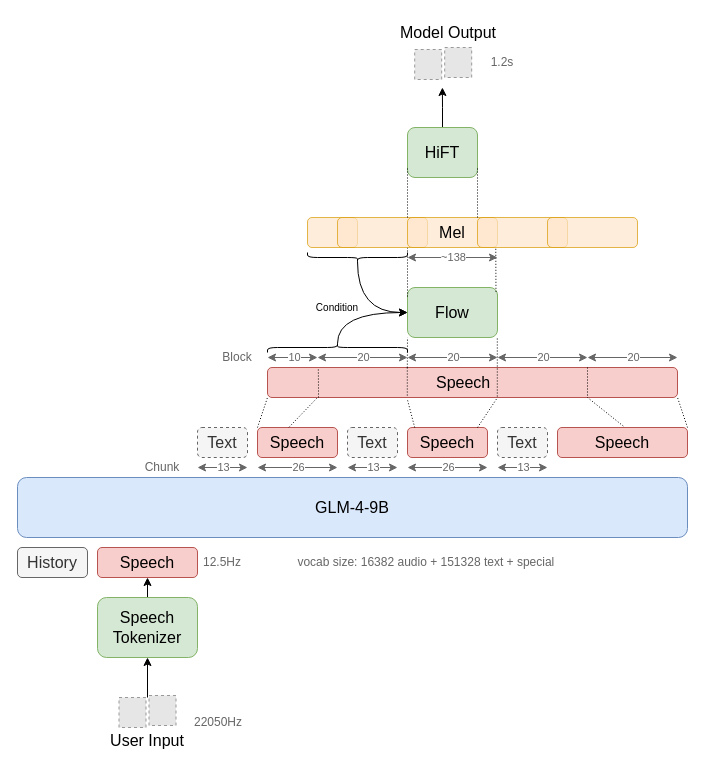
xrysamuel/my-drawio keeps this draw.io diagram as Drafts/glm4v.drawio. Above is the earlier version. Source tidied: cells renumbered, new cells numbered last; positions are measured from the earlier drawing's top-left corner, leaving out a move shared by most shapes. Both pictures are drawn from the tidied source at 100%, with x=0, y=0 at pixel (17, 17). Pictures stored in the file or linked from it are replaced by grey dashed boxes.
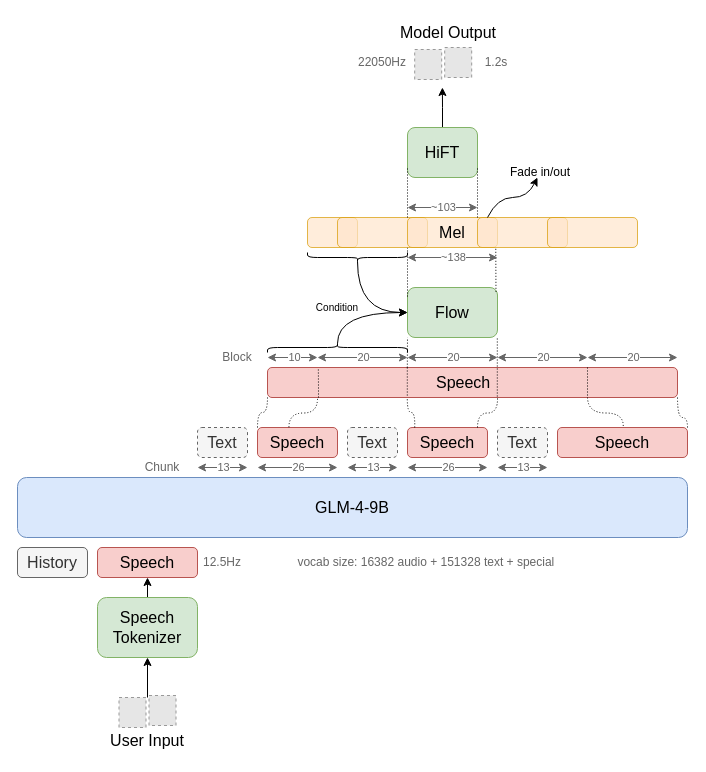
The same page after the edit.

Unchanged cells that the change refers to:
```xml
<mxCell id="11" value="&lt;font style=&quot;font-size: 16px;&quot;&gt;Speech&lt;/font&gt;" style="rounded=1;whiteSpace=wrap;html=1;fillColor=#f8cecc;strokeColor=#b85450;" parent="1" vertex="1">
  <mxGeometry x="240" y="410" width="80" height="30" as="geometry" />
</mxCell>
<mxCell id="14" value="&lt;font style=&quot;font-size: 16px;&quot;&gt;Speech&lt;/font&gt;" style="rounded=1;whiteSpace=wrap;html=1;fillColor=#f8cecc;strokeColor=#b85450;" parent="1" vertex="1">
  <mxGeometry x="390" y="410" width="80" height="30" as="geometry" />
</mxCell>
<mxCell id="16" value="&lt;font style=&quot;font-size: 16px;&quot;&gt;Speech&lt;/font&gt;" style="rounded=1;whiteSpace=wrap;html=1;fillColor=#f8cecc;strokeColor=#b85450;" parent="1" vertex="1">
  <mxGeometry x="540" y="410" width="130" height="30" as="geometry" />
</mxCell>
<mxCell id="17" value="&lt;font style=&quot;font-size: 16px;&quot;&gt;Speech&amp;nbsp; &amp;nbsp;&amp;nbsp;&lt;/font&gt;" style="rounded=1;whiteSpace=wrap;html=1;fillColor=#f8cecc;strokeColor=#b85450;" parent="1" vertex="1">
  <mxGeometry x="250" y="350" width="410" height="30" as="geometry" />
</mxCell>
```

Diff of the diagram source:
```diff
@@
     <mxCell id="40" value="22050Hz" style="text;html=1;align=center;verticalAlign=middle;whiteSpace=wrap;rounded=0;fontColor=#666666;" parent="1" vertex="1">
-      <mxGeometry x="175.8" y="690" width="50" height="30" as="geometry" />
+      <mxGeometry x="340" y="30" width="50" height="30" as="geometry" />
     </mxCell>
@@
-    <mxCell id="65" style="endArrow=none;dashed=1;html=1;dashPattern=1 2;strokeWidth=1;rounded=0;exitX=0.983;exitY=0.086;exitDx=0;exitDy=0;entryX=0.341;entryY=1.056;entryDx=0;entryDy=0;entryPerimeter=0;strokeColor=default;align=center;verticalAlign=middle;fontFamily=Helvetica;fontSize=11;fontColor=default;labelBackgroundColor=default;exitPerimeter=0;" parent="1" edge="1" target="17">
+    <mxCell id="65" style="endArrow=none;dashed=1;html=1;dashPattern=1 2;strokeWidth=1;rounded=0;exitX=0.983;exitY=0.086;exitDx=0;exitDy=0;entryX=0.341;entryY=1.056;entryDx=0;entryDy=0;entryPerimeter=0;strokeColor=default;align=center;verticalAlign=middle;fontFamily=Helvetica;fontSize=11;fontColor=default;labelBackgroundColor=default;exitPerimeter=0;edgeStyle=orthogonalEdgeStyle;curved=1;" parent="1" edge="1" target="17">
       <mxGeometry relative="1" as="geometry">
         <mxPoint x="397.2" y="410" as="sourcePoint" />
       </mxGeometry>
     </mxCell>
-    <mxCell id="66" style="endArrow=none;dashed=1;html=1;dashPattern=1 2;strokeWidth=1;rounded=0;exitX=0.875;exitY=0;exitDx=0;exitDy=0;entryX=0.341;entryY=1.056;entryDx=0;entryDy=0;entryPerimeter=0;strokeColor=default;align=center;verticalAlign=middle;fontFamily=Helvetica;fontSize=11;fontColor=default;labelBackgroundColor=default;exitPerimeter=0;" parent="1" edge="1" source="14">
+    <mxCell id="66" style="endArrow=none;dashed=1;html=1;dashPattern=1 2;strokeWidth=1;rounded=0;exitX=0.875;exitY=0;exitDx=0;exitDy=0;entryX=0.341;entryY=1.056;entryDx=0;entryDy=0;entryPerimeter=0;strokeColor=default;align=center;verticalAlign=middle;fontFamily=Helvetica;fontSize=11;fontColor=default;labelBackgroundColor=default;exitPerimeter=0;edgeStyle=orthogonalEdgeStyle;curved=1;" parent="1" edge="1" source="14">
       <mxGeometry relative="1" as="geometry">
         <mxPoint x="480" y="380" as="targetPoint" />
       </mxGeometry>
     </mxCell>
-    <mxCell id="67" style="endArrow=none;dashed=1;html=1;dashPattern=1 2;strokeWidth=1;rounded=0;exitX=0.393;exitY=-0.007;exitDx=0;exitDy=0;entryX=0.341;entryY=1.056;entryDx=0;entryDy=0;entryPerimeter=0;strokeColor=default;align=center;verticalAlign=middle;fontFamily=Helvetica;fontSize=11;fontColor=default;labelBackgroundColor=default;exitPerimeter=0;" parent="1" edge="1" source="11">
+    <mxCell id="67" style="endArrow=none;dashed=1;html=1;dashPattern=1 2;strokeWidth=1;rounded=0;exitX=0.393;exitY=-0.007;exitDx=0;exitDy=0;entryX=0.341;entryY=1.056;entryDx=0;entryDy=0;entryPerimeter=0;strokeColor=default;align=center;verticalAlign=middle;fontFamily=Helvetica;fontSize=11;fontColor=default;labelBackgroundColor=default;exitPerimeter=0;edgeStyle=orthogonalEdgeStyle;curved=1;" parent="1" edge="1" source="11">
       <mxGeometry relative="1" as="geometry">
         <mxPoint x="300" y="380" as="targetPoint" />
       </mxGeometry>
     </mxCell>
-    <mxCell id="68" style="endArrow=none;dashed=1;html=1;dashPattern=1 2;strokeWidth=1;rounded=0;exitX=0.393;exitY=-0.007;exitDx=0;exitDy=0;entryX=0;entryY=1;entryDx=0;entryDy=0;strokeColor=default;align=center;verticalAlign=middle;fontFamily=Helvetica;fontSize=11;fontColor=default;labelBackgroundColor=default;exitPerimeter=0;" parent="1" edge="1" target="17">
+    <mxCell id="68" style="endArrow=none;dashed=1;html=1;dashPattern=1 2;strokeWidth=1;rounded=0;exitX=0.393;exitY=-0.007;exitDx=0;exitDy=0;entryX=0;entryY=1;entryDx=0;entryDy=0;strokeColor=default;align=center;verticalAlign=middle;fontFamily=Helvetica;fontSize=11;fontColor=default;labelBackgroundColor=default;exitPerimeter=0;edgeStyle=orthogonalEdgeStyle;curved=1;" parent="1" edge="1" target="17">
       <mxGeometry relative="1" as="geometry">
         <mxPoint x="240" y="410" as="sourcePoint" />
+        <Array as="points">
+          <mxPoint x="240" y="395" />
+          <mxPoint x="250" y="395" />
+        </Array>
       </mxGeometry>
     </mxCell>
-    <mxCell id="69" style="endArrow=none;dashed=1;html=1;dashPattern=1 2;strokeWidth=1;rounded=0;exitX=0.506;exitY=-0.049;exitDx=0;exitDy=0;entryX=0.341;entryY=1.056;entryDx=0;entryDy=0;entryPerimeter=0;strokeColor=default;align=center;verticalAlign=middle;fontFamily=Helvetica;fontSize=11;fontColor=default;labelBackgroundColor=default;exitPerimeter=0;" parent="1" edge="1" source="16">
+    <mxCell id="69" style="endArrow=none;dashed=1;html=1;dashPattern=1 2;strokeWidth=1;rounded=0;exitX=0.506;exitY=-0.049;exitDx=0;exitDy=0;entryX=0.341;entryY=1.056;entryDx=0;entryDy=0;entryPerimeter=0;strokeColor=default;align=center;verticalAlign=middle;fontFamily=Helvetica;fontSize=11;fontColor=default;labelBackgroundColor=default;exitPerimeter=0;edgeStyle=orthogonalEdgeStyle;curved=1;" parent="1" edge="1" source="16">
       <mxGeometry relative="1" as="geometry">
         <mxPoint x="570" y="380" as="targetPoint" />
       </mxGeometry>
     </mxCell>
-    <mxCell id="70" style="endArrow=none;dashed=1;html=1;dashPattern=1 2;strokeWidth=1;rounded=0;exitX=0.506;exitY=-0.049;exitDx=0;exitDy=0;entryX=1;entryY=1;entryDx=0;entryDy=0;strokeColor=default;align=center;verticalAlign=middle;fontFamily=Helvetica;fontSize=11;fontColor=default;labelBackgroundColor=default;exitPerimeter=0;" parent="1" edge="1" target="17">
+    <mxCell id="70" style="endArrow=none;dashed=1;html=1;dashPattern=1 2;strokeWidth=1;rounded=0;exitX=0.506;exitY=-0.049;exitDx=0;exitDy=0;entryX=1;entryY=1;entryDx=0;entryDy=0;strokeColor=default;align=center;verticalAlign=middle;fontFamily=Helvetica;fontSize=11;fontColor=default;labelBackgroundColor=default;exitPerimeter=0;edgeStyle=orthogonalEdgeStyle;curved=1;" parent="1" edge="1" target="17">
       <mxGeometry relative="1" as="geometry">
         <mxPoint x="670" y="410" as="sourcePoint" />
+        <Array as="points">
+          <mxPoint x="670" y="400" />
+          <mxPoint x="660" y="400" />
+        </Array>
       </mxGeometry>
     </mxCell>
@@
-    <mxCell id="75" style="endArrow=classic;startArrow=classic;html=1;rounded=0;fillColor=#f5f5f5;strokeColor=#666666;" parent="1" edge="1">
+    <mxCell id="75" style="endArrow=classic;startArrow=classic;html=1;rounded=0;fillColor=#f5f5f5;strokeColor=#666666;fontStyle=1;" parent="1" edge="1">
       <mxGeometry relative="1" as="geometry">
         <mxPoint x="390" y="240" as="sourcePoint" />
         <mxPoint x="480" y="240" as="targetPoint" />
       </mxGeometry>
     </mxCell>
@@
     <mxCell id="77" value="1.2s" style="text;html=1;align=center;verticalAlign=middle;whiteSpace=wrap;rounded=0;fontColor=#666666;" parent="1" vertex="1">
-      <mxGeometry x="460" y="30" width="50" height="30" as="geometry" />
+      <mxGeometry x="454.2" y="30" width="50" height="30" as="geometry" />
     </mxCell>
+    <mxCell id="78" style="endArrow=classic;startArrow=classic;html=1;rounded=0;fillColor=#f5f5f5;strokeColor=#666666;" parent="1" edge="1">
+      <mxGeometry relative="1" as="geometry">
+        <mxPoint x="390" y="190" as="sourcePoint" />
+        <mxPoint x="460" y="190" as="targetPoint" />
+      </mxGeometry>
+    </mxCell>
+    <mxCell id="79" value="~103" style="edgeLabel;html=1;align=center;verticalAlign=middle;fontColor=#666666;" parent="78" vertex="1">
+      <mxGeometry x="-0.02" y="1" relative="1" as="geometry">
+        <mxPoint x="1" as="offset" />
+      </mxGeometry>
+    </mxCell>
+    <mxCell id="80" style="curved=1;endArrow=classic;html=1;rounded=0;" parent="1" edge="1">
+      <mxGeometry relative="1" as="geometry">
+        <mxPoint x="470" y="200" as="sourcePoint" />
+        <mxPoint x="520" y="160" as="targetPoint" />
+        <Array as="points">
+          <mxPoint x="480" y="180" />
+          <mxPoint x="510" y="180" />
+        </Array>
+      </mxGeometry>
+    </mxCell>
+    <mxCell id="81" value="Fade in/out" style="text;html=1;align=center;verticalAlign=middle;whiteSpace=wrap;rounded=0;" parent="1" vertex="1">
+      <mxGeometry x="481.5" y="140" width="81.8" height="30" as="geometry" />
+    </mxCell>
```
